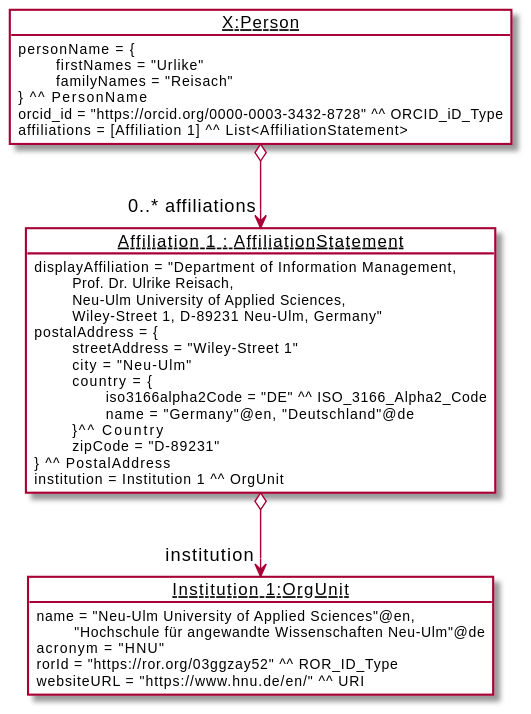
EuroCRIS/CERIF-Core keeps this PlantUML diagram as diagrams/personExample.svg. Above is the earlier version. Its diagram source:
```plantuml
@startuml

    !includesub example.puml!person
    !includesub example.puml!ins
    !includesub example.puml!affiliations

@enduml
```
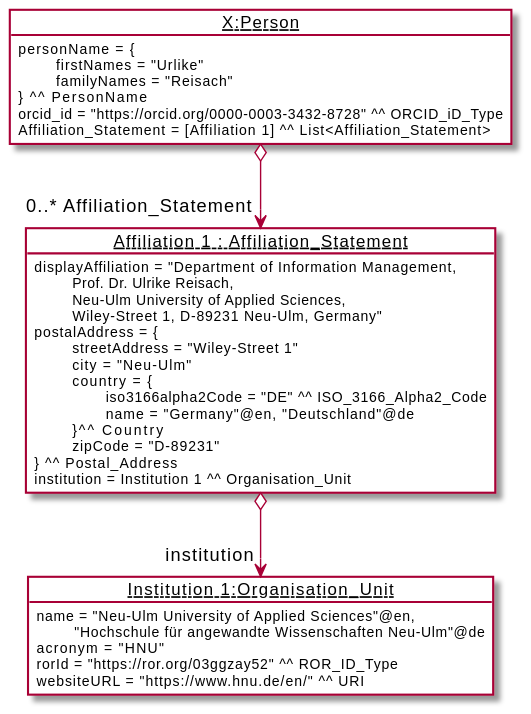
After the commit.

The edit, as a diff of the source:
```diff
@@ -2,6 +2,6 @@
 
     !includesub example.puml!person
     !includesub example.puml!ins
-    !includesub example.puml!affiliations
+    !includesub example.puml!Affiliation_Statement
 
 @enduml
```
